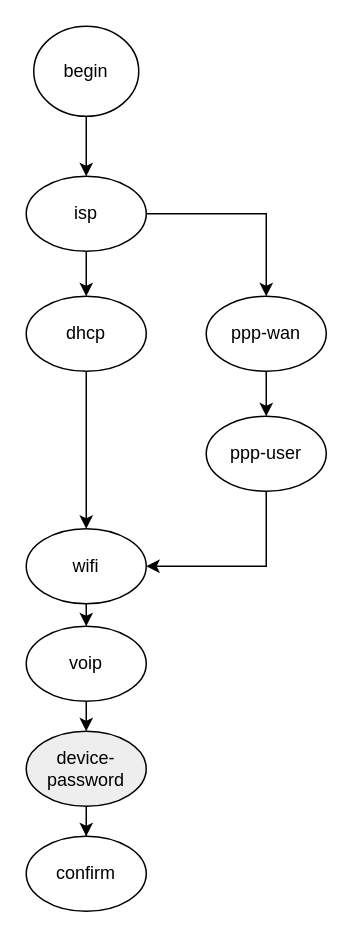
Earlier version of the draw.io diagram .drawio (waterwatermelon/graph). Source tidied: cells renumbered, new cells numbered last; positions are measured from the earlier drawing's top-left corner, leaving out a move shared by most shapes. Both pictures are drawn from the tidied source at 150%, with x=0, y=0 at pixel (26, 26).
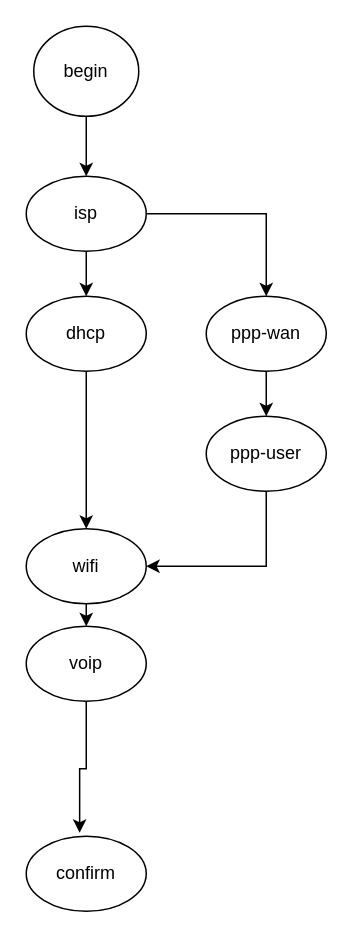
Above is the later version.

Diff of the diagram source:
```diff
@@
 <mxGraphModel>
   <root>
     <mxCell id="0" />
     <mxCell id="1" parent="0" />
     <mxCell id="2" style="edgeStyle=orthogonalEdgeStyle;rounded=0;jettySize=auto;html=1;" parent="1" edge="1" source="3" target="6">
       <mxGeometry relative="1" as="geometry" />
     </mxCell>
     <mxCell id="3" value="begin" style="ellipse;whiteSpace=wrap;html=1;" parent="1" vertex="1">
       <mxGeometry x="5" width="70" height="60" as="geometry" />
     </mxCell>
     <mxCell id="4" style="edgeStyle=orthogonalEdgeStyle;rounded=0;jettySize=auto;html=1;" parent="1" edge="1" source="6" target="8">
       <mxGeometry relative="1" as="geometry" />
     </mxCell>
     <mxCell id="5" style="edgeStyle=orthogonalEdgeStyle;rounded=0;jettySize=auto;html=1;" parent="1" edge="1" source="6" target="10">
       <mxGeometry relative="1" as="geometry" />
     </mxCell>
     <mxCell id="6" value="isp" style="ellipse;whiteSpace=wrap;html=1;" parent="1" vertex="1">
       <mxGeometry y="100" width="80" height="50" as="geometry" />
     </mxCell>
     <mxCell id="7" style="edgeStyle=orthogonalEdgeStyle;rounded=0;jettySize=auto;html=1;" parent="1" edge="1" source="8" target="14">
       <mxGeometry relative="1" as="geometry" />
     </mxCell>
     <mxCell id="8" value="dhcp" style="ellipse;whiteSpace=wrap;html=1;" parent="1" vertex="1">
       <mxGeometry y="180" width="80" height="50" as="geometry" />
     </mxCell>
     <mxCell id="9" style="edgeStyle=orthogonalEdgeStyle;rounded=0;jettySize=auto;html=1;" parent="1" edge="1" source="10" target="12">
       <mxGeometry relative="1" as="geometry" />
     </mxCell>
     <mxCell id="10" value="ppp-wan" style="ellipse;whiteSpace=wrap;html=1;" parent="1" vertex="1">
       <mxGeometry x="120" y="180" width="80" height="50" as="geometry" />
     </mxCell>
     <mxCell id="11" style="edgeStyle=orthogonalEdgeStyle;rounded=0;jettySize=auto;html=1;entryX=1;entryY=0.5;entryDx=0;entryDy=0;exitX=0.5;exitY=1;exitDx=0;exitDy=0;" parent="1" edge="1" source="12" target="14">
       <mxGeometry relative="1" as="geometry" />
     </mxCell>
     <mxCell id="12" value="ppp-user" style="ellipse;whiteSpace=wrap;html=1;" parent="1" vertex="1">
       <mxGeometry x="120" y="260" width="80" height="50" as="geometry" />
     </mxCell>
     <mxCell id="13" style="edgeStyle=orthogonalEdgeStyle;rounded=0;jettySize=auto;html=1;exitX=0.5;exitY=1;exitDx=0;exitDy=0;entryX=0.5;entryY=0;entryDx=0;entryDy=0;" parent="1" edge="1" source="14" target="16">
       <mxGeometry relative="1" as="geometry" />
     </mxCell>
     <mxCell id="14" value="wifi" style="ellipse;whiteSpace=wrap;html=1;" parent="1" vertex="1">
       <mxGeometry y="335" width="80" height="50" as="geometry" />
     </mxCell>
-    <mxCell id="15" style="edgeStyle=orthogonalEdgeStyle;rounded=0;jettySize=auto;html=1;exitX=0.5;exitY=1;exitDx=0;exitDy=0;entryX=0.5;entryY=0;entryDx=0;entryDy=0;" parent="1" edge="1" source="16" target="18">
+    <mxCell id="15" style="edgeStyle=orthogonalEdgeStyle;rounded=0;jettySize=auto;html=1;exitX=0.5;exitY=1;exitDx=0;exitDy=0;entryX=0.445;entryY=-0.046;entryDx=0;entryDy=0;entryPerimeter=0;" parent="1" edge="1" source="16" target="19">
       <mxGeometry relative="1" as="geometry" />
     </mxCell>
     <mxCell id="16" value="voip" style="ellipse;whiteSpace=wrap;html=1;" parent="1" vertex="1">
       <mxGeometry y="400" width="80" height="50" as="geometry" />
     </mxCell>
-    <mxCell id="17" style="edgeStyle=orthogonalEdgeStyle;rounded=0;jettySize=auto;html=1;" parent="1" edge="1" source="18" target="19">
-      <mxGeometry relative="1" as="geometry" />
-    </mxCell>
-    <mxCell id="18" value="device-password" style="ellipse;whiteSpace=wrap;html=1;fillColor=#eeeeee;strokeColor=#000000;fontColor=#000000;" parent="1" vertex="1">
-      <mxGeometry y="470" width="80" height="50" as="geometry" />
-    </mxCell>
     <mxCell id="19" value="confirm" style="ellipse;whiteSpace=wrap;html=1;" parent="1" vertex="1">
       <mxGeometry y="540" width="80" height="50" as="geometry" />
     </mxCell>
   </root>
 </mxGraphModel>
```
